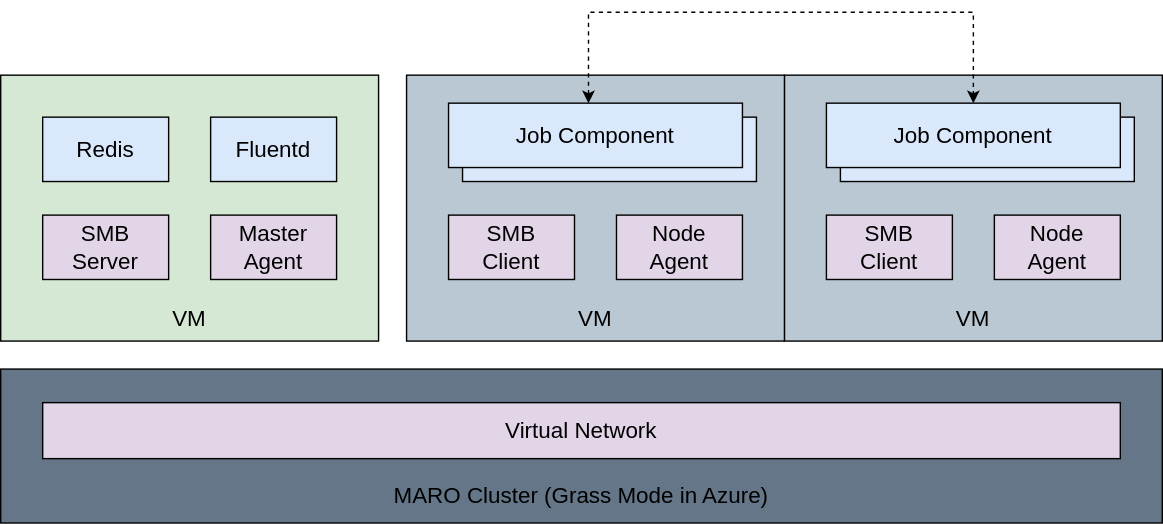
Above: docs/source/images/distributed/orch_grass.svg in microsoft/maro (draw.io), before the change. Source tidied: cells renumbered, new cells last; positions are measured from the earlier drawing's top-left corner, leaving out a move shared by most shapes.
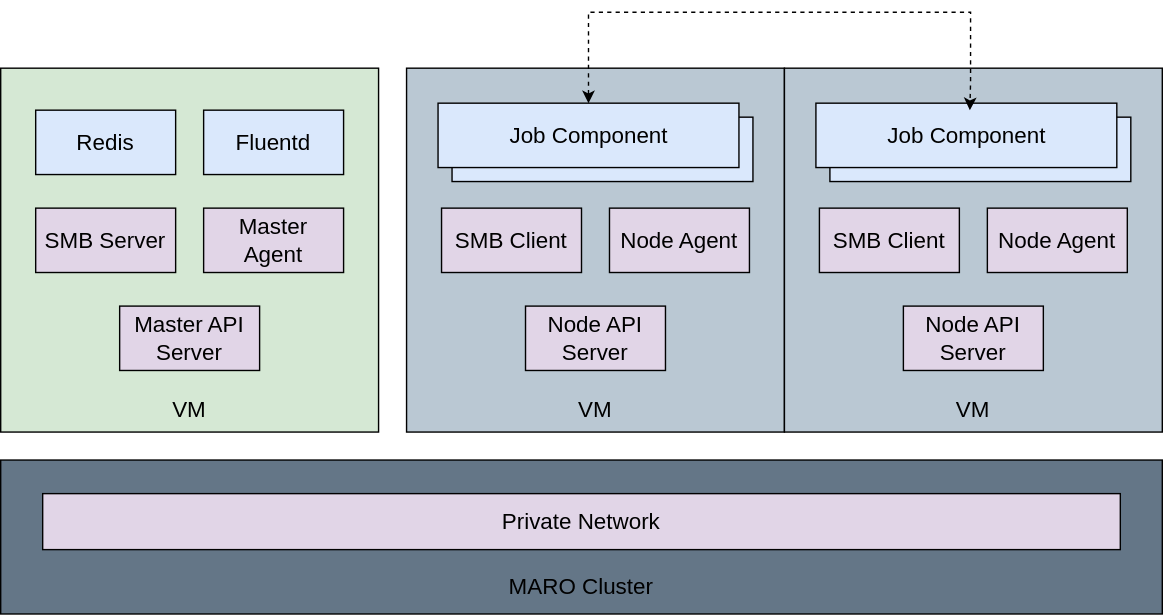
Above is the later version.

The edit, as a diff of the source:
```diff
@@ -2,68 +2,88 @@
   <root>
     <mxCell id="0" />
     <mxCell id="1" parent="0" />
-    <mxCell id="2" value="&lt;font style=&quot;font-size: 16px&quot;&gt;VM&lt;/font&gt;" style="rounded=0;whiteSpace=wrap;html=1;spacing=6;verticalAlign=bottom;fillColor=#bac8d3;" parent="1" vertex="1">
-      <mxGeometry x="560" y="45" width="270" height="190" as="geometry" />
+    <mxCell id="2" style="rounded=0;whiteSpace=wrap;html=1;verticalAlign=bottom;spacing=6;fillColor=#647687;fontColor=#ffffff;" parent="1" vertex="1">
+      <mxGeometry y="255" width="830" height="110" as="geometry" />
     </mxCell>
-    <mxCell id="3" value="Job Component" style="rounded=0;whiteSpace=wrap;html=1;spacing=6;verticalAlign=middle;fillColor=#dae8fc;fontSize=16;" parent="1" vertex="1">
-      <mxGeometry x="600" y="75" width="210" height="46" as="geometry" />
+    <mxCell id="3" value="&lt;span style=&quot;font-size: 16px&quot;&gt;Private Network&lt;/span&gt;" style="rounded=0;whiteSpace=wrap;html=1;fillColor=#e1d5e7;" parent="1" vertex="1">
+      <mxGeometry x="30" y="279" width="770" height="40" as="geometry" />
     </mxCell>
-    <mxCell id="4" value="&lt;font style=&quot;font-size: 16px&quot;&gt;VM&lt;/font&gt;" style="rounded=0;whiteSpace=wrap;html=1;spacing=6;verticalAlign=bottom;fillColor=#bac8d3;" parent="1" vertex="1">
-      <mxGeometry x="290" y="45" width="270" height="190" as="geometry" />
+    <mxCell id="4" value="&lt;font style=&quot;font-size: 16px&quot;&gt;&lt;font style=&quot;font-size: 16px&quot;&gt;MARO &lt;/font&gt;Cluster&lt;/font&gt;" style="text;html=1;strokeColor=none;fillColor=none;align=center;verticalAlign=middle;whiteSpace=wrap;rounded=0;" parent="1" vertex="1">
+      <mxGeometry x="10" y="335" width="810" height="20" as="geometry" />
     </mxCell>
-    <mxCell id="5" value="Job Component" style="rounded=0;whiteSpace=wrap;html=1;spacing=6;verticalAlign=middle;fillColor=#dae8fc;fontSize=16;" parent="1" vertex="1">
-      <mxGeometry x="330" y="75" width="210" height="46" as="geometry" />
+    <mxCell id="5" style="group;" parent="1" vertex="1">
+      <mxGeometry y="-25" width="270" height="260" as="geometry" />
     </mxCell>
-    <mxCell id="6" style="rounded=0;whiteSpace=wrap;html=1;verticalAlign=bottom;spacing=6;fillColor=#647687;fontColor=#ffffff;" parent="1" vertex="1">
-      <mxGeometry y="255" width="830" height="110" as="geometry" />
+    <mxCell id="6" value="&lt;font style=&quot;font-size: 16px&quot;&gt;VM&lt;/font&gt;" style="rounded=0;whiteSpace=wrap;html=1;spacing=6;verticalAlign=bottom;fillColor=#d5e8d4;" parent="5" vertex="1">
+      <mxGeometry width="270" height="260" as="geometry" />
     </mxCell>
-    <mxCell id="7" value="&lt;span style=&quot;font-size: 16px&quot;&gt;Virtual Network&lt;/span&gt;" style="rounded=0;whiteSpace=wrap;html=1;fillColor=#e1d5e7;" parent="1" vertex="1">
-      <mxGeometry x="30" y="279" width="770" height="40" as="geometry" />
+    <mxCell id="7" value="Redis" style="rounded=0;whiteSpace=wrap;html=1;spacing=6;verticalAlign=middle;fillColor=#dae8fc;fontSize=16;" parent="5" vertex="1">
+      <mxGeometry x="25" y="30" width="100" height="46" as="geometry" />
     </mxCell>
-    <mxCell id="8" value="&lt;font style=&quot;font-size: 16px&quot;&gt;&lt;font style=&quot;font-size: 16px&quot;&gt;MARO &lt;/font&gt;Cluster (Grass Mode in Azure)&lt;/font&gt;" style="text;html=1;strokeColor=none;fillColor=none;align=center;verticalAlign=middle;whiteSpace=wrap;rounded=0;" parent="1" vertex="1">
-      <mxGeometry x="10" y="335" width="810" height="20" as="geometry" />
+    <mxCell id="8" value="SMB Server" style="rounded=0;whiteSpace=wrap;html=1;spacing=6;verticalAlign=middle;fillColor=#e1d5e7;fontSize=16;" parent="5" vertex="1">
+      <mxGeometry x="25" y="100" width="100" height="46" as="geometry" />
     </mxCell>
-    <mxCell id="9" value="&lt;font style=&quot;font-size: 16px&quot;&gt;VM&lt;/font&gt;" style="rounded=0;whiteSpace=wrap;html=1;spacing=6;verticalAlign=bottom;fillColor=#d5e8d4;" parent="1" vertex="1">
-      <mxGeometry y="45" width="270" height="190" as="geometry" />
+    <mxCell id="9" value="Master Agent" style="rounded=0;whiteSpace=wrap;html=1;spacing=6;verticalAlign=middle;fillColor=#e1d5e7;fontSize=16;" parent="5" vertex="1">
+      <mxGeometry x="145" y="100" width="100" height="46" as="geometry" />
     </mxCell>
-    <mxCell id="10" value="Redis" style="rounded=0;whiteSpace=wrap;html=1;spacing=6;verticalAlign=middle;fillColor=#dae8fc;fontSize=16;" parent="1" vertex="1">
-      <mxGeometry x="30" y="75" width="90" height="46" as="geometry" />
+    <mxCell id="10" value="Fluentd" style="rounded=0;whiteSpace=wrap;html=1;spacing=6;verticalAlign=middle;fillColor=#dae8fc;fontSize=16;" parent="5" vertex="1">
+      <mxGeometry x="145" y="30" width="100" height="46" as="geometry" />
     </mxCell>
-    <mxCell id="11" value="SMB Server" style="rounded=0;whiteSpace=wrap;html=1;spacing=6;verticalAlign=middle;fillColor=#e1d5e7;fontSize=16;" parent="1" vertex="1">
-      <mxGeometry x="30" y="145" width="90" height="46" as="geometry" />
+    <mxCell id="11" value="Master API Server" style="rounded=0;whiteSpace=wrap;html=1;spacing=6;verticalAlign=middle;fillColor=#e1d5e7;fontSize=16;" parent="5" vertex="1">
+      <mxGeometry x="85" y="170" width="100" height="46" as="geometry" />
     </mxCell>
-    <mxCell id="12" value="Master Agent" style="rounded=0;whiteSpace=wrap;html=1;spacing=6;verticalAlign=middle;fillColor=#e1d5e7;fontSize=16;" parent="1" vertex="1">
-      <mxGeometry x="150" y="145" width="90" height="46" as="geometry" />
+    <mxCell id="12" style="group;" parent="1" vertex="1">
+      <mxGeometry x="290" y="-25" width="270" height="260" as="geometry" />
     </mxCell>
-    <mxCell id="13" value="Fluentd" style="rounded=0;whiteSpace=wrap;html=1;spacing=6;verticalAlign=middle;fillColor=#dae8fc;fontSize=16;" parent="1" vertex="1">
-      <mxGeometry x="150" y="75" width="90" height="46" as="geometry" />
+    <mxCell id="13" value="&lt;font style=&quot;font-size: 16px&quot;&gt;VM&lt;/font&gt;" style="rounded=0;whiteSpace=wrap;html=1;spacing=6;verticalAlign=bottom;fillColor=#bac8d3;" parent="12" vertex="1">
+      <mxGeometry width="270" height="260" as="geometry" />
     </mxCell>
-    <mxCell id="14" value="SMB Client" style="rounded=0;whiteSpace=wrap;html=1;spacing=6;verticalAlign=middle;fillColor=#e1d5e7;fontSize=16;" parent="1" vertex="1">
-      <mxGeometry x="320" y="145" width="90" height="46" as="geometry" />
+    <mxCell id="14" value="Job Component" style="rounded=0;whiteSpace=wrap;html=1;spacing=6;verticalAlign=middle;fillColor=#dae8fc;fontSize=16;" parent="12" vertex="1">
+      <mxGeometry x="32.5" y="35" width="215" height="46" as="geometry" />
     </mxCell>
-    <mxCell id="15" value="Node Agent" style="rounded=0;whiteSpace=wrap;html=1;spacing=6;verticalAlign=middle;fillColor=#e1d5e7;fontSize=16;" parent="1" vertex="1">
-      <mxGeometry x="440" y="145" width="90" height="46" as="geometry" />
+    <mxCell id="15" value="SMB Client" style="rounded=0;whiteSpace=wrap;html=1;spacing=6;verticalAlign=middle;fillColor=#e1d5e7;fontSize=16;" parent="12" vertex="1">
+      <mxGeometry x="25" y="100" width="100" height="46" as="geometry" />
     </mxCell>
-    <mxCell id="16" value="SMB Client" style="rounded=0;whiteSpace=wrap;html=1;spacing=6;verticalAlign=middle;fillColor=#e1d5e7;fontSize=16;" parent="1" vertex="1">
-      <mxGeometry x="590" y="145" width="90" height="46" as="geometry" />
+    <mxCell id="16" value="Node Agent" style="rounded=0;whiteSpace=wrap;html=1;spacing=6;verticalAlign=middle;fillColor=#e1d5e7;fontSize=16;" parent="12" vertex="1">
+      <mxGeometry x="145" y="100" width="100" height="46" as="geometry" />
     </mxCell>
-    <mxCell id="17" value="Node Agent" style="rounded=0;whiteSpace=wrap;html=1;spacing=6;verticalAlign=middle;fillColor=#e1d5e7;fontSize=16;" parent="1" vertex="1">
-      <mxGeometry x="710" y="145" width="90" height="46" as="geometry" />
+    <mxCell id="17" value="Job Component" style="rounded=0;whiteSpace=wrap;html=1;spacing=6;verticalAlign=middle;fillColor=#dae8fc;fontSize=16;" parent="12" vertex="1">
+      <mxGeometry x="22.5" y="25" width="215" height="46" as="geometry" />
     </mxCell>
-    <mxCell id="18" value="Job Component" style="rounded=0;whiteSpace=wrap;html=1;spacing=6;verticalAlign=middle;fillColor=#dae8fc;fontSize=16;" parent="1" vertex="1">
-      <mxGeometry x="590" y="65" width="210" height="46" as="geometry" />
+    <mxCell id="18" value="Node API Server" style="rounded=0;whiteSpace=wrap;html=1;spacing=6;verticalAlign=middle;fillColor=#e1d5e7;fontSize=16;" parent="12" vertex="1">
+      <mxGeometry x="85" y="170" width="100" height="46" as="geometry" />
     </mxCell>
-    <mxCell id="19" value="Job Component" style="rounded=0;whiteSpace=wrap;html=1;spacing=6;verticalAlign=middle;fillColor=#dae8fc;fontSize=16;" parent="1" vertex="1">
-      <mxGeometry x="320" y="65" width="210" height="46" as="geometry" />
+    <mxCell id="19" style="group;" parent="1" vertex="1">
+      <mxGeometry x="560" y="-25" width="270" height="260" as="geometry" />
     </mxCell>
-    <mxCell id="20" style="edgeStyle=orthogonalEdgeStyle;rounded=0;jettySize=auto;html=1;exitX=0.75;exitY=0;exitDx=0;exitDy=0;entryX=0.5;entryY=0;entryDx=0;entryDy=0;startArrow=classic;startFill=1;dashed=1;" parent="1" edge="1" target="18">
-      <mxGeometry relative="1" as="geometry">
-        <mxPoint x="420" y="65" as="sourcePoint" />
-        <Array as="points">
-          <mxPoint x="420" />
-          <mxPoint x="695" />
-        </Array>
-      </mxGeometry>
+    <mxCell id="20" value="&lt;font style=&quot;font-size: 16px&quot;&gt;VM&lt;/font&gt;" style="rounded=0;whiteSpace=wrap;html=1;spacing=6;verticalAlign=bottom;fillColor=#bac8d3;" parent="19" vertex="1">
+      <mxGeometry width="270" height="260" as="geometry" />
     </mxCell>
+    <mxCell id="21" value="Job Component" style="rounded=0;whiteSpace=wrap;html=1;spacing=6;verticalAlign=middle;fillColor=#dae8fc;fontSize=16;" parent="19" vertex="1">
+      <mxGeometry x="32.5" y="35" width="215" height="46" as="geometry" />
+    </mxCell>
+    <mxCell id="22" value="SMB Client" style="rounded=0;whiteSpace=wrap;html=1;spacing=6;verticalAlign=middle;fillColor=#e1d5e7;fontSize=16;" parent="19" vertex="1">
+      <mxGeometry x="25" y="100" width="100" height="46" as="geometry" />
+    </mxCell>
+    <mxCell id="23" value="Node Agent" style="rounded=0;whiteSpace=wrap;html=1;spacing=6;verticalAlign=middle;fillColor=#e1d5e7;fontSize=16;" parent="19" vertex="1">
+      <mxGeometry x="145" y="100" width="100" height="46" as="geometry" />
+    </mxCell>
+    <mxCell id="24" value="Job Component" style="rounded=0;whiteSpace=wrap;html=1;spacing=6;verticalAlign=middle;fillColor=#dae8fc;fontSize=16;" parent="19" vertex="1">
+      <mxGeometry x="22.5" y="25" width="215" height="46" as="geometry" />
+    </mxCell>
+    <mxCell id="25" value="Node API Server" style="rounded=0;whiteSpace=wrap;html=1;spacing=6;verticalAlign=middle;fillColor=#e1d5e7;fontSize=16;" parent="19" vertex="1">
+      <mxGeometry x="85" y="170" width="100" height="46" as="geometry" />
+    </mxCell>
+    <mxCell id="26" style="edgeStyle=orthogonalEdgeStyle;rounded=0;jettySize=auto;html=1;entryX=0.5;entryY=0;entryDx=0;entryDy=0;startArrow=classic;startFill=1;dashed=1;exitX=0.5;exitY=0;exitDx=0;exitDy=0;" parent="1" edge="1" source="17">
+      <mxGeometry relative="1" as="geometry">
+        <mxPoint x="692.5" y="5" as="targetPoint" />
+        <Array as="points">
+          <mxPoint x="420" y="-65" />
+          <mxPoint x="693" y="-65" />
+          <mxPoint x="693" y="-15" />
+          <mxPoint x="693" y="-15" />
+        </Array>
+      </mxGeometry>
+    </mxCell>
   </root>
 </mxGraphModel>
```
